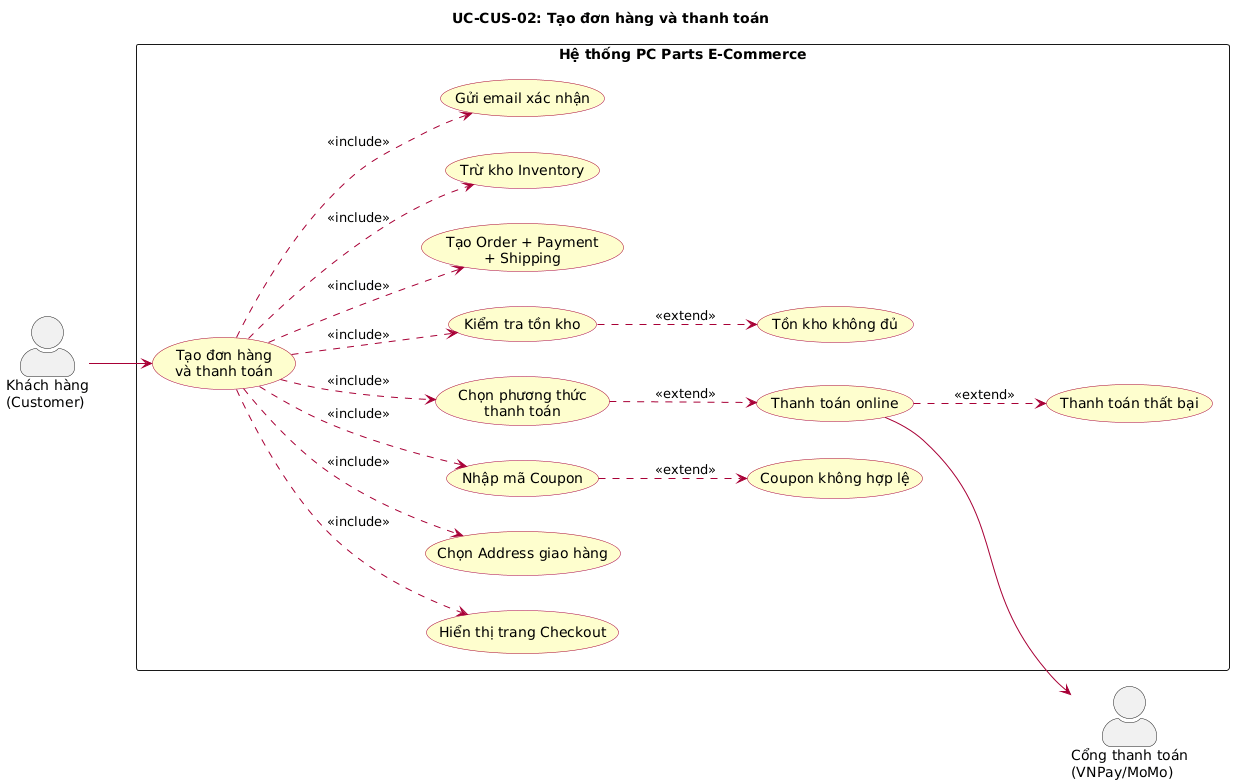
The PlantUML diagram docs/diagrams/images/uc_CUS02_tao_don_hang.png in huuhieu56/PC-Parts-ECommerce, before a commit.
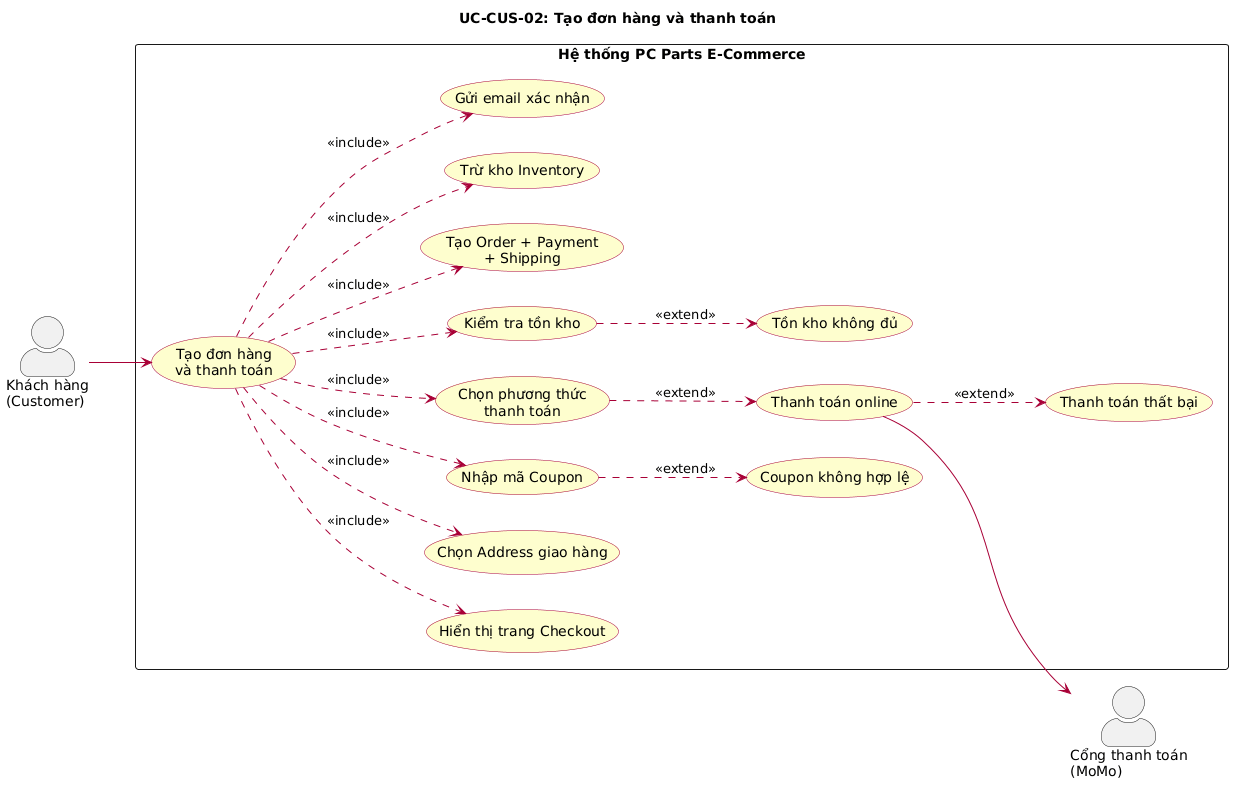
Later version of the same file.

What changed in the source:
```diff
@@ -11,7 +11,7 @@
 title UC-CUS-02: Tạo đơn hàng và thanh toán
 
 actor "Khách hàng\n(Customer)" as Customer
-actor "Cổng thanh toán\n(VNPay/MoMo)" as PayGW
+actor "Cổng thanh toán\n(MoMo)" as PayGW
 
 rectangle "Hệ thống PC Parts E-Commerce" {
   usecase "Tạo đơn hàng\nvà thanh toán" as UC_CHECKOUT
```
